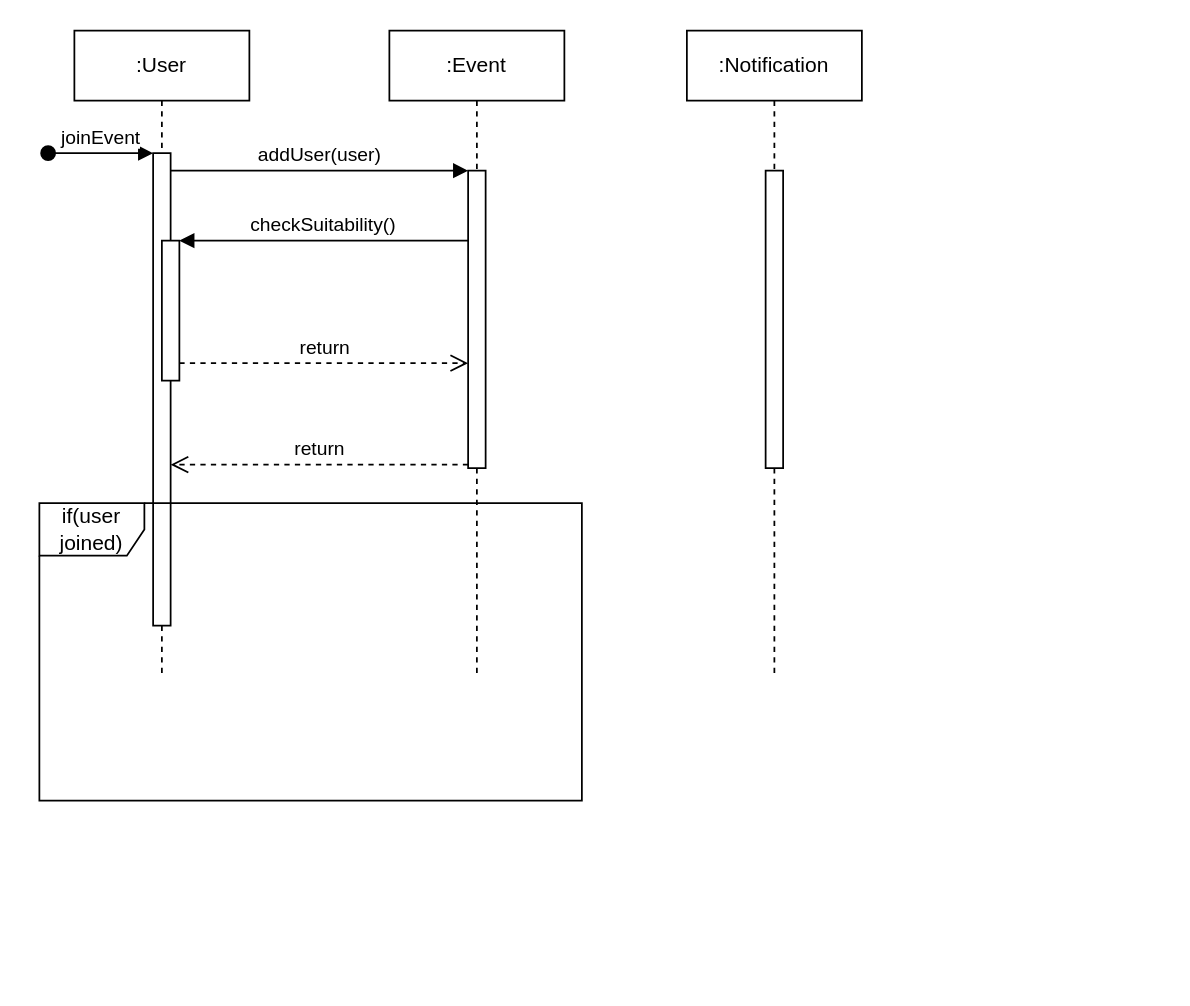
Earlier version of the draw.io diagram project/UMLsequenceDiagramJoinEvent.drawio (josura/HCI). Source tidied: cells renumbered, new cells numbered last; positions are measured from the earlier drawing's top-left corner, leaving out a move shared by most shapes. Both pictures are drawn from the tidied source at 175%, with x=0, y=0 at pixel (38, 30).
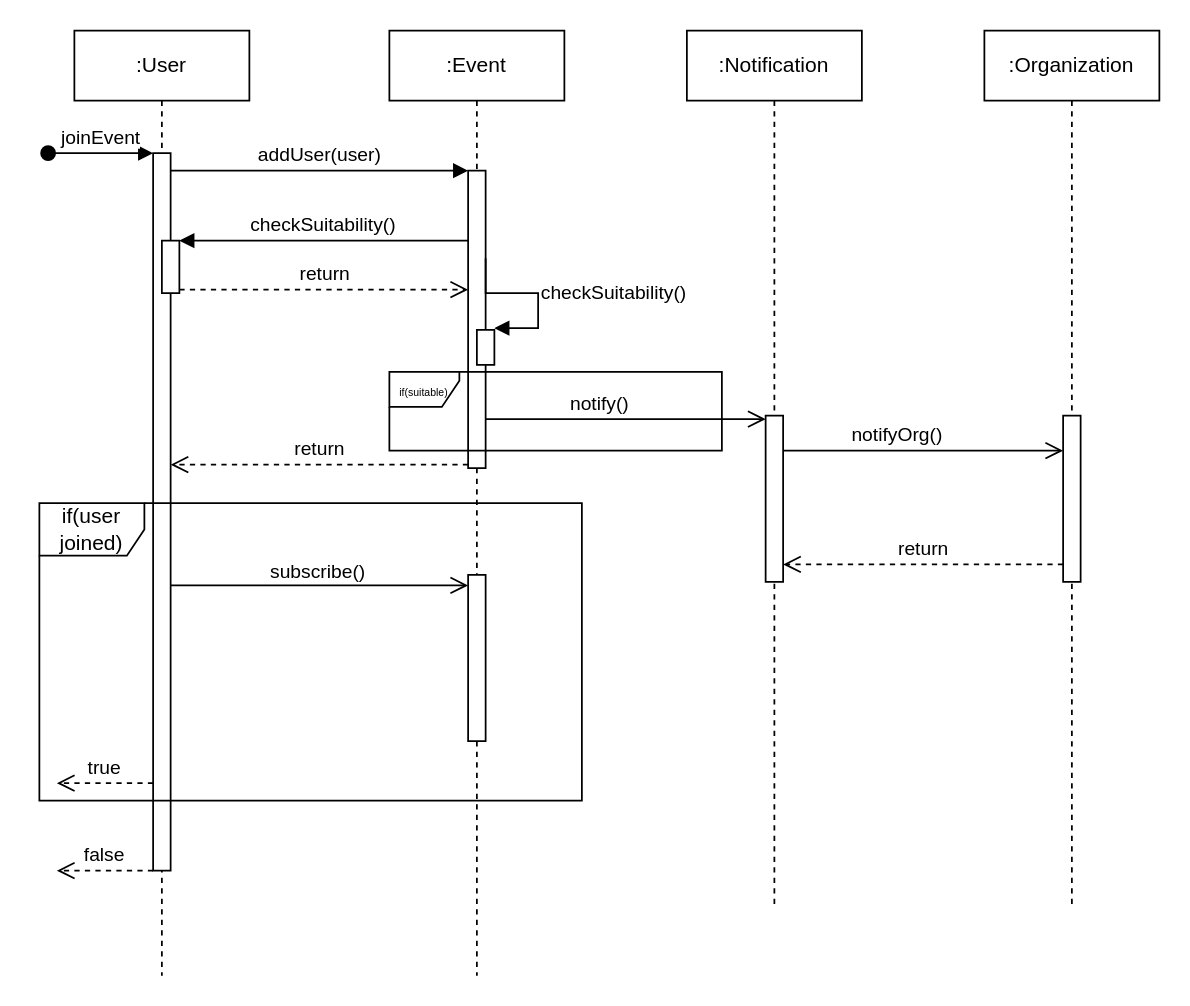
After the change.

Unchanged cells that the change refers to:
```xml
<mxCell id="7" style="html=1;points=[];perimeter=orthogonalPerimeter;outlineConnect=0;targetShapes=umlLifeline;portConstraint=eastwest;newEdgeStyle={&quot;edgeStyle&quot;:&quot;elbowEdgeStyle&quot;,&quot;elbow&quot;:&quot;vertical&quot;,&quot;curved&quot;:0,&quot;rounded&quot;:0};" parent="6" vertex="1">
  <mxGeometry x="45" y="80" width="10" height="170" as="geometry" />
</mxCell>
```

Change to the diagram source:
```diff
@@
     <mxCell id="2" value=":User" style="shape=umlLifeline;perimeter=lifelinePerimeter;whiteSpace=wrap;html=1;newEdgeStyle={&quot;edgeStyle&quot;:&quot;elbowEdgeStyle&quot;,&quot;elbow&quot;:&quot;vertical&quot;,&quot;curved&quot;:0,&quot;rounded&quot;:0};" parent="1" vertex="1">
-      <mxGeometry x="20" width="100" height="370" as="geometry" />
+      <mxGeometry x="20" width="100" height="540" as="geometry" />
     </mxCell>
     <mxCell id="3" style="html=1;points=[];perimeter=orthogonalPerimeter;outlineConnect=0;targetShapes=umlLifeline;portConstraint=eastwest;newEdgeStyle={&quot;edgeStyle&quot;:&quot;elbowEdgeStyle&quot;,&quot;elbow&quot;:&quot;vertical&quot;,&quot;curved&quot;:0,&quot;rounded&quot;:0};" parent="2" vertex="1">
-      <mxGeometry x="45" y="70" width="10" height="270" as="geometry" />
+      <mxGeometry x="45" y="70" width="10" height="410" as="geometry" />
     </mxCell>
@@
     <mxCell id="5" style="html=1;points=[];perimeter=orthogonalPerimeter;outlineConnect=0;targetShapes=umlLifeline;portConstraint=eastwest;newEdgeStyle={&quot;edgeStyle&quot;:&quot;elbowEdgeStyle&quot;,&quot;elbow&quot;:&quot;vertical&quot;,&quot;curved&quot;:0,&quot;rounded&quot;:0};" parent="2" vertex="1">
-      <mxGeometry x="50" y="120" width="10" height="80" as="geometry" />
+      <mxGeometry x="50" y="120" width="10" height="30" as="geometry" />
     </mxCell>
     <mxCell id="6" value=":Event" style="shape=umlLifeline;perimeter=lifelinePerimeter;whiteSpace=wrap;html=1;newEdgeStyle={&quot;edgeStyle&quot;:&quot;elbowEdgeStyle&quot;,&quot;elbow&quot;:&quot;vertical&quot;,&quot;curved&quot;:0,&quot;rounded&quot;:0};" parent="1" vertex="1">
-      <mxGeometry x="200" width="100" height="370" as="geometry" />
+      <mxGeometry x="200" width="100" height="540" as="geometry" />
     </mxCell>
@@
+    <mxCell id="15" style="html=1;points=[];perimeter=orthogonalPerimeter;outlineConnect=0;targetShapes=umlLifeline;portConstraint=eastwest;newEdgeStyle={&quot;edgeStyle&quot;:&quot;elbowEdgeStyle&quot;,&quot;elbow&quot;:&quot;vertical&quot;,&quot;curved&quot;:0,&quot;rounded&quot;:0};" parent="6" vertex="1">
+      <mxGeometry x="45" y="311" width="10" height="95" as="geometry" />
+    </mxCell>
+    <mxCell id="16" style="html=1;perimeter=orthogonalPerimeter;targetShapes=umlLifeline;newEdgeStyle={&quot;edgeStyle&quot;:&quot;elbowEdgeStyle&quot;,&quot;elbow&quot;:&quot;vertical&quot;,&quot;curved&quot;:0,&quot;rounded&quot;:0};" parent="6" vertex="1">
+      <mxGeometry x="50" y="171" width="10" height="20" as="geometry" />
+    </mxCell>
+    <mxCell id="17" value="checkSuitability()" style="html=1;align=left;spacingLeft=2;endArrow=block;rounded=0;edgeStyle=orthogonalEdgeStyle;curved=0;rounded=0;" parent="6" edge="1">
+      <mxGeometry relative="1" as="geometry">
+        <mxPoint x="55" y="130" as="sourcePoint" />
+        <mxPoint x="60" y="170" as="targetPoint" />
+        <Array as="points">
+          <mxPoint x="55" y="150" />
+          <mxPoint x="85" y="150" />
+          <mxPoint x="85" y="170" />
+        </Array>
+      </mxGeometry>
+    </mxCell>
@@
-    <mxCell id="11" value="return" style="html=1;verticalAlign=bottom;endArrow=open;dashed=1;endSize=8;edgeStyle=elbowEdgeStyle;elbow=vertical;curved=0;rounded=0;" parent="1" edge="1" source="5" target="7">
+    <mxCell id="11" value="return" style="html=1;verticalAlign=bottom;endArrow=open;dashed=1;endSize=8;edgeStyle=elbowEdgeStyle;elbow=vertical;curved=0;rounded=0;" parent="1" edge="1">
       <mxGeometry relative="1" as="geometry">
+        <mxPoint x="80" y="148" as="sourcePoint" />
+        <mxPoint x="245" y="148" as="targetPoint" />
         <Array as="points">
-          <mxPoint x="160" y="190" />
+          <mxPoint x="160" y="148" />
         </Array>
       </mxGeometry>
     </mxCell>
@@
     <mxCell id="13" value=":Notification" style="shape=umlLifeline;perimeter=lifelinePerimeter;whiteSpace=wrap;html=1;newEdgeStyle={&quot;edgeStyle&quot;:&quot;elbowEdgeStyle&quot;,&quot;elbow&quot;:&quot;vertical&quot;,&quot;curved&quot;:0,&quot;rounded&quot;:0};" parent="1" vertex="1">
-      <mxGeometry x="370" width="100" height="370" as="geometry" />
+      <mxGeometry x="370" width="100" height="500" as="geometry" />
     </mxCell>
     <mxCell id="14" style="html=1;points=[];perimeter=orthogonalPerimeter;outlineConnect=0;targetShapes=umlLifeline;portConstraint=eastwest;newEdgeStyle={&quot;edgeStyle&quot;:&quot;elbowEdgeStyle&quot;,&quot;elbow&quot;:&quot;vertical&quot;,&quot;curved&quot;:0,&quot;rounded&quot;:0};" parent="13" vertex="1">
-      <mxGeometry x="45" y="80" width="10" height="170" as="geometry" />
+      <mxGeometry x="45" y="220" width="10" height="95" as="geometry" />
     </mxCell>
+    <mxCell id="18" style="html=1;verticalAlign=bottom;endArrow=open;endSize=8;edgeStyle=elbowEdgeStyle;elbow=vertical;curved=0;rounded=0;" parent="1" edge="1" target="15">
+      <mxGeometry x="-0.21" relative="1" as="geometry">
+        <mxPoint x="75" y="317" as="sourcePoint" />
+        <Array as="points">
+          <mxPoint x="160" y="317" />
+        </Array>
+      </mxGeometry>
+    </mxCell>
+    <mxCell id="19" value="subscribe()" style="edgeLabel;html=1;align=center;verticalAlign=middle;" parent="18" vertex="1">
+      <mxGeometry x="-0.12" y="-2" relative="1" as="geometry">
+        <mxPoint x="8" y="-11" as="offset" />
+      </mxGeometry>
+    </mxCell>
+    <mxCell id="20" value=":Organization" style="shape=umlLifeline;perimeter=lifelinePerimeter;whiteSpace=wrap;html=1;newEdgeStyle={&quot;edgeStyle&quot;:&quot;elbowEdgeStyle&quot;,&quot;elbow&quot;:&quot;vertical&quot;,&quot;curved&quot;:0,&quot;rounded&quot;:0};" parent="1" vertex="1">
+      <mxGeometry x="540" width="100" height="500" as="geometry" />
+    </mxCell>
+    <mxCell id="21" style="html=1;points=[];perimeter=orthogonalPerimeter;outlineConnect=0;targetShapes=umlLifeline;portConstraint=eastwest;newEdgeStyle={&quot;edgeStyle&quot;:&quot;elbowEdgeStyle&quot;,&quot;elbow&quot;:&quot;vertical&quot;,&quot;curved&quot;:0,&quot;rounded&quot;:0};" parent="20" vertex="1">
+      <mxGeometry x="45" y="220" width="10" height="95" as="geometry" />
+    </mxCell>
+    <mxCell id="22" value="notifyOrg()" style="html=1;verticalAlign=bottom;endArrow=open;endSize=8;edgeStyle=elbowEdgeStyle;elbow=vertical;curved=0;rounded=0;" parent="1" edge="1" source="14" target="21">
+      <mxGeometry x="-0.19" relative="1" as="geometry">
+        <Array as="points">
+          <mxPoint x="545" y="240" />
+        </Array>
+      </mxGeometry>
+    </mxCell>
+    <mxCell id="23" value="return" style="html=1;verticalAlign=bottom;endArrow=open;dashed=1;endSize=8;edgeStyle=elbowEdgeStyle;elbow=vertical;curved=0;rounded=0;" parent="1" edge="1" source="21" target="14">
+      <mxGeometry relative="1" as="geometry">
+        <Array as="points">
+          <mxPoint x="515" y="305" />
+        </Array>
+      </mxGeometry>
+    </mxCell>
+    <mxCell id="24" value="notify()" style="html=1;verticalAlign=bottom;endArrow=open;endSize=8;edgeStyle=elbowEdgeStyle;elbow=vertical;curved=0;rounded=0;" parent="1" edge="1">
+      <mxGeometry x="-0.19" relative="1" as="geometry">
+        <mxPoint x="255" y="222" as="sourcePoint" />
+        <mxPoint x="415" y="222" as="targetPoint" />
+        <Array as="points">
+          <mxPoint x="380" y="222" />
+        </Array>
+      </mxGeometry>
+    </mxCell>
+    <mxCell id="25" value="true" style="html=1;verticalAlign=bottom;endArrow=open;dashed=1;endSize=8;edgeStyle=elbowEdgeStyle;elbow=vertical;curved=0;rounded=0;" parent="1" edge="1" source="3">
+      <mxGeometry relative="1" as="geometry">
+        <mxPoint x="10" y="430" as="targetPoint" />
+        <Array as="points">
+          <mxPoint x="10" y="430" />
+        </Array>
+      </mxGeometry>
+    </mxCell>
+    <mxCell id="26" value="&lt;font style=&quot;font-size: 6px;&quot;&gt;if(suitable)&lt;/font&gt;" style="shape=umlFrame;whiteSpace=wrap;html=1;width=40;height=20;" parent="1" vertex="1">
+      <mxGeometry x="200" y="195" width="190" height="45" as="geometry" />
+    </mxCell>
+    <mxCell id="27" value="false" style="html=1;verticalAlign=bottom;endArrow=open;dashed=1;endSize=8;edgeStyle=elbowEdgeStyle;elbow=vertical;curved=0;rounded=0;" parent="1" edge="1">
+      <mxGeometry relative="1" as="geometry">
+        <mxPoint x="65" y="480" as="sourcePoint" />
+        <mxPoint x="10" y="480" as="targetPoint" />
+        <Array as="points">
+          <mxPoint x="10" y="480" />
+        </Array>
+      </mxGeometry>
+    </mxCell>
```
